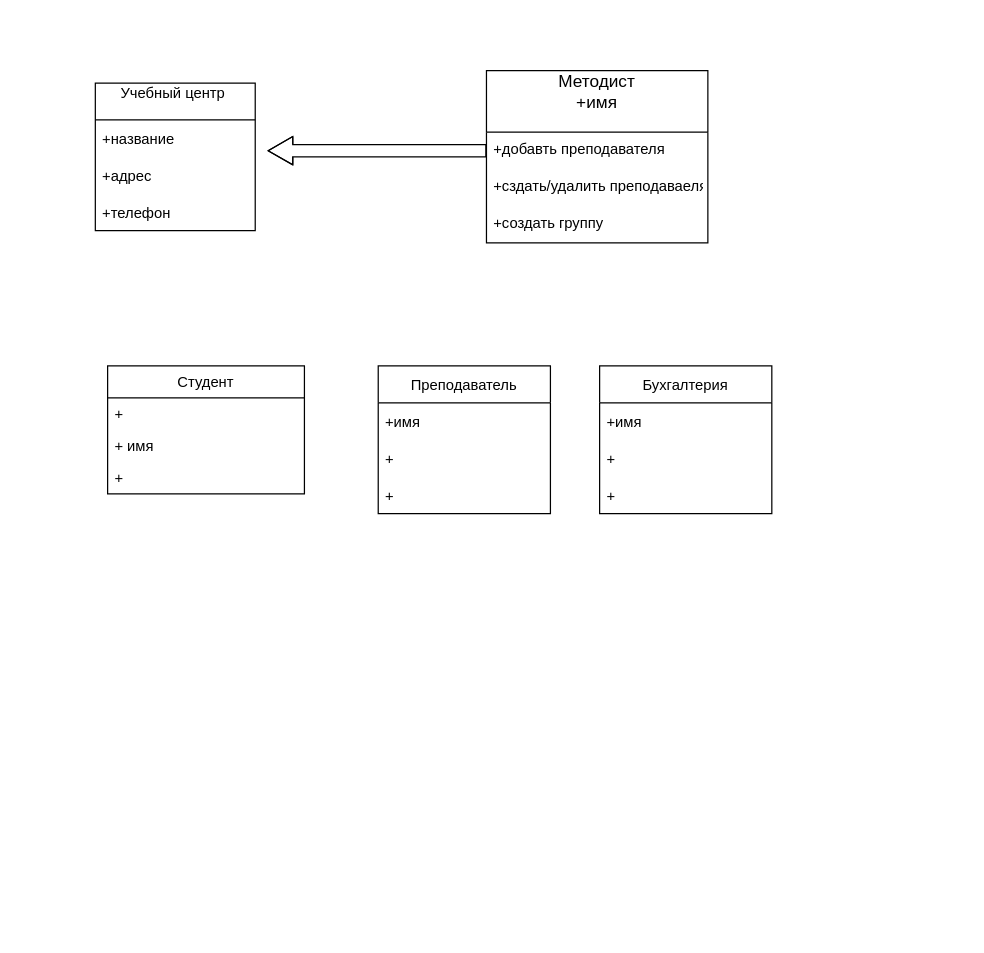
Above: Untitled Diagram.drawio in Anetta1313/Anetta1313 (draw.io), before the change. Source tidied: cells renumbered, new cells numbered last; positions are measured from the earlier drawing's top-left corner, leaving out a move shared by most shapes. Both pictures are drawn from the tidied source at 123%, with x=0, y=0 at pixel (95, 70).
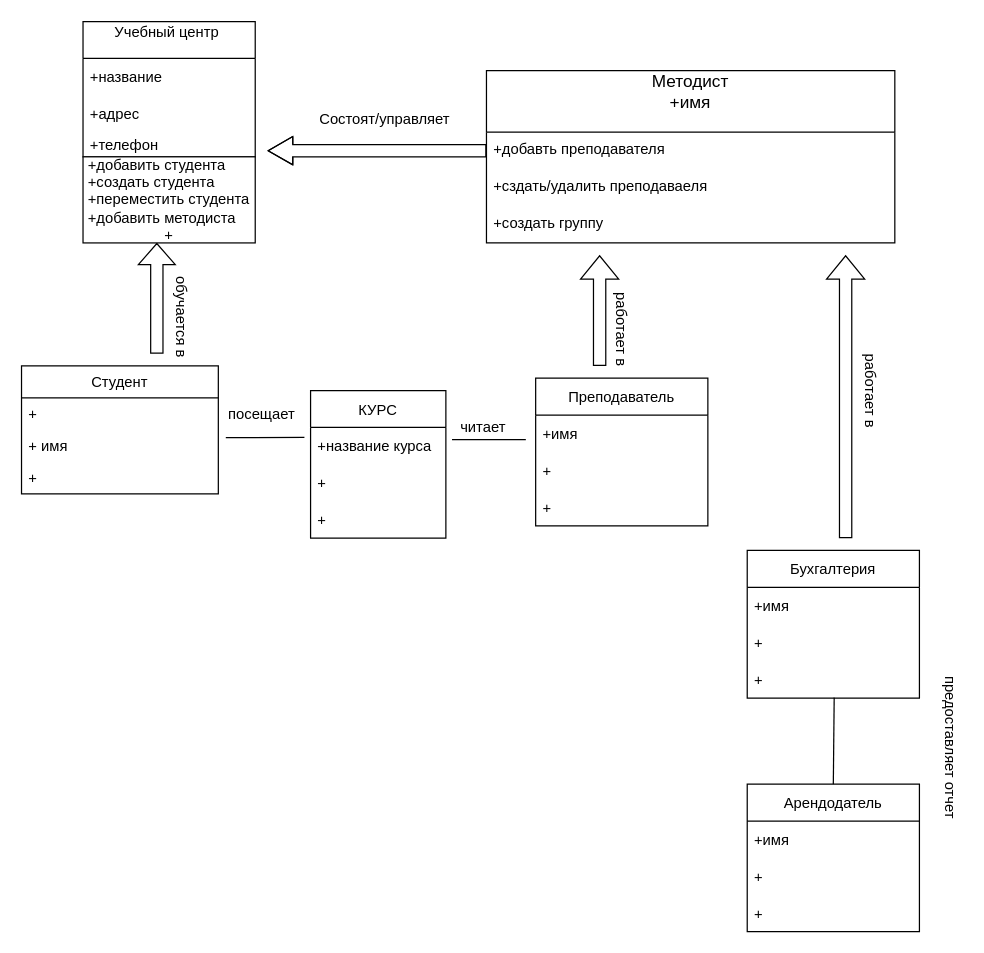
Above is the later version.

Unchanged cells that the change refers to:
```xml
<mxCell id="8" value="+ имя" style="text;strokeColor=none;fillColor=none;align=left;verticalAlign=top;spacingLeft=4;spacingRight=4;overflow=hidden;points=[[0,0.5],[1,0.5]];portConstraint=eastwest;" parent="6" vertex="1">
  <mxGeometry y="52" width="160" height="26" as="geometry" />
</mxCell>
<mxCell id="22" value="+" style="text;strokeColor=none;fillColor=none;align=left;verticalAlign=middle;spacingLeft=4;spacingRight=4;overflow=hidden;points=[[0,0.5],[1,0.5]];portConstraint=eastwest;" parent="19" vertex="1">
  <mxGeometry y="90" width="140" height="30" as="geometry" />
</mxCell>
```

Diff of the diagram source:
```diff
@@
     <mxCell id="2" value="Учебный центр &#10;" style="swimlane;fontStyle=0;horizontal=1;startSize=30;" parent="1" vertex="1">
-      <mxGeometry y="10" width="130" height="120" as="geometry" />
+      <mxGeometry x="-10" y="-40" width="140" height="110" as="geometry" />
     </mxCell>
     <mxCell id="3" value="+название" style="text;strokeColor=none;fillColor=none;align=left;verticalAlign=middle;spacingLeft=4;spacingRight=4;overflow=hidden;" parent="2" vertex="1">
-      <mxGeometry y="30" width="130" height="30" as="geometry" />
+      <mxGeometry y="30" width="140" height="30" as="geometry" />
     </mxCell>
     <mxCell id="4" value="+адрес" style="text;strokeColor=none;fillColor=none;align=left;verticalAlign=middle;spacingLeft=4;spacingRight=4;overflow=hidden;" parent="2" vertex="1">
-      <mxGeometry y="60" width="130" height="30" as="geometry" />
+      <mxGeometry y="60" width="140" height="30" as="geometry" />
     </mxCell>
     <mxCell id="5" value="+телефон" style="text;strokeColor=none;fillColor=none;align=left;verticalAlign=middle;spacingLeft=4;spacingRight=4;overflow=hidden;" parent="2" vertex="1">
-      <mxGeometry y="90" width="130" height="30" as="geometry" />
+      <mxGeometry y="90" width="140" height="20" as="geometry" />
     </mxCell>
     <mxCell id="6" value="Студент" style="swimlane;fontStyle=0;horizontal=1;startSize=26;fillColor=none;" parent="1" vertex="1">
-      <mxGeometry x="10" y="240" width="160" height="104" as="geometry" />
+      <mxGeometry x="-60" y="240" width="160" height="104" as="geometry" />
     </mxCell>
@@
-    <mxCell id="10" value="Методист&#10;+имя&#10;" style="swimlane;fontStyle=0;horizontal=1;startSize=50;align=center;fontSize=14;" parent="1" vertex="1">
-      <mxGeometry x="318" width="180" height="140" as="geometry" />
+    <mxCell id="10" value="Методист &#10;+имя&#10;" style="swimlane;fontStyle=0;horizontal=1;startSize=50;align=center;fontSize=14;" parent="1" vertex="1">
+      <mxGeometry x="318" width="332" height="140" as="geometry" />
     </mxCell>
     <mxCell id="11" value="+добавть преподавателя" style="text;strokeColor=none;fillColor=none;spacingLeft=4;spacingRight=4;overflow=hidden;points=[[0,0.5],[1,0.5]];portConstraint=eastwest;fontSize=12;" parent="10" vertex="1">
-      <mxGeometry y="50" width="180" height="30" as="geometry" />
+      <mxGeometry y="50" width="332" height="30" as="geometry" />
     </mxCell>
     <mxCell id="12" value="+сздать/удалить преподаваеля" style="text;strokeColor=none;fillColor=none;spacingLeft=4;spacingRight=4;overflow=hidden;fontSize=12;" parent="10" vertex="1">
-      <mxGeometry y="80" width="180" height="30" as="geometry" />
+      <mxGeometry y="80" width="332" height="30" as="geometry" />
     </mxCell>
     <mxCell id="13" value="+создать группу " style="text;strokeColor=none;fillColor=none;spacingLeft=4;spacingRight=4;overflow=hidden;fontSize=12;" parent="10" vertex="1">
-      <mxGeometry y="110" width="180" height="30" as="geometry" />
+      <mxGeometry y="110" width="332" height="30" as="geometry" />
     </mxCell>
@@
     <mxCell id="15" value="Преподаватель" style="swimlane;fontStyle=0;horizontal=1;startSize=30;" parent="1" vertex="1">
-      <mxGeometry x="230" y="240" width="140" height="120" as="geometry" />
+      <mxGeometry x="358" y="250" width="140" height="120" as="geometry" />
     </mxCell>
@@
     <mxCell id="19" value="Бухгалтерия" style="swimlane;fontStyle=0;horizontal=1;startSize=30;" parent="1" vertex="1">
-      <mxGeometry x="410" y="240" width="140" height="120" as="geometry" />
+      <mxGeometry x="530" y="390" width="140" height="120" as="geometry" />
     </mxCell>
@@
+    <mxCell id="23" style="shape=flexArrow;endArrow=classic;html=1;rounded=0;endWidth=19;endSize=5.39;" parent="1" edge="1">
+      <mxGeometry relative="1" as="geometry">
+        <mxPoint x="50" y="230" as="sourcePoint" />
+        <mxPoint x="50" y="140" as="targetPoint" />
+      </mxGeometry>
+    </mxCell>
+    <mxCell id="24" style="shape=flexArrow;endArrow=classic;html=1;rounded=0;" parent="1" edge="1">
+      <mxGeometry relative="1" as="geometry">
+        <mxPoint x="610" y="380" as="sourcePoint" />
+        <mxPoint x="610" y="150" as="targetPoint" />
+      </mxGeometry>
+    </mxCell>
+    <mxCell id="25" style="shape=flexArrow;endArrow=classic;html=1;rounded=0;" parent="1" edge="1">
+      <mxGeometry relative="1" as="geometry">
+        <mxPoint x="410" y="240" as="sourcePoint" />
+        <mxPoint x="410" y="150" as="targetPoint" />
+      </mxGeometry>
+    </mxCell>
+    <mxCell id="26" value="КУРС" style="swimlane;fontStyle=0;horizontal=1;startSize=30;" parent="1" vertex="1">
+      <mxGeometry x="175" y="260" width="110" height="120" as="geometry" />
+    </mxCell>
+    <mxCell id="27" value="+название курса" style="text;strokeColor=none;fillColor=none;align=left;verticalAlign=middle;spacingLeft=4;spacingRight=4;overflow=hidden;" parent="26" vertex="1">
+      <mxGeometry y="30" width="110" height="30" as="geometry" />
+    </mxCell>
+    <mxCell id="28" value="+" style="text;strokeColor=none;fillColor=none;align=left;verticalAlign=middle;spacingLeft=4;spacingRight=4;overflow=hidden;" parent="26" vertex="1">
+      <mxGeometry y="60" width="110" height="30" as="geometry" />
+    </mxCell>
+    <mxCell id="29" value="+" style="text;strokeColor=none;fillColor=none;align=left;verticalAlign=middle;spacingLeft=4;spacingRight=4;overflow=hidden;" parent="26" vertex="1">
+      <mxGeometry y="90" width="110" height="30" as="geometry" />
+    </mxCell>
+    <mxCell id="30" style="endArrow=none;html=1;rounded=0;" parent="1" edge="1">
+      <mxGeometry relative="1" as="geometry">
+        <mxPoint x="290" y="300" as="sourcePoint" />
+        <mxPoint x="350" y="300" as="targetPoint" />
+      </mxGeometry>
+    </mxCell>
+    <mxCell id="31" style="endArrow=none;html=1;rounded=0;exitX=1.038;exitY=0.244;exitDx=0;exitDy=0;exitPerimeter=0;" parent="1" edge="1" source="8">
+      <mxGeometry relative="1" as="geometry">
+        <mxPoint x="170" y="298" as="targetPoint" />
+      </mxGeometry>
+    </mxCell>
+    <mxCell id="32" value="читает" style="text;html=1;align=center;verticalAlign=middle;strokeColor=none;fillColor=none;" parent="1" vertex="1">
+      <mxGeometry x="290" y="280" width="50" height="20" as="geometry" />
+    </mxCell>
+    <mxCell id="33" value="посещает" style="text;html=1;align=center;verticalAlign=middle;strokeColor=none;fillColor=none;" parent="1" vertex="1">
+      <mxGeometry x="100" y="270" width="70" height="20" as="geometry" />
+    </mxCell>
+    <mxCell id="34" value="Состоят/управляет" style="text;html=1;align=center;verticalAlign=middle;strokeColor=none;fillColor=none;" parent="1" vertex="1">
+      <mxGeometry x="175" y="30" width="120" height="20" as="geometry" />
+    </mxCell>
+    <mxCell id="35" value="работает в" style="text;html=1;align=center;verticalAlign=middle;strokeColor=none;fillColor=none;rotation=90;" parent="1" vertex="1">
+      <mxGeometry x="388" y="200" width="80" height="20" as="geometry" />
+    </mxCell>
+    <mxCell id="36" value="работает в" style="text;html=1;align=center;verticalAlign=middle;strokeColor=none;fillColor=none;rotation=90;" parent="1" vertex="1">
+      <mxGeometry x="590" y="250" width="80" height="20" as="geometry" />
+    </mxCell>
+    <mxCell id="37" value="обучается в" style="text;html=1;align=center;verticalAlign=middle;strokeColor=none;fillColor=none;rotation=90;" parent="1" vertex="1">
+      <mxGeometry x="30" y="190" width="80" height="20" as="geometry" />
+    </mxCell>
+    <mxCell id="38" value="Арендодатель" style="swimlane;fontStyle=0;horizontal=1;startSize=30;" parent="1" vertex="1">
+      <mxGeometry x="530" y="580" width="140" height="120" as="geometry" />
+    </mxCell>
+    <mxCell id="39" value="+имя" style="text;strokeColor=none;fillColor=none;align=left;verticalAlign=middle;spacingLeft=4;spacingRight=4;overflow=hidden;" parent="38" vertex="1">
+      <mxGeometry y="30" width="140" height="30" as="geometry" />
+    </mxCell>
+    <mxCell id="40" value="+" style="text;strokeColor=none;fillColor=none;align=left;verticalAlign=middle;spacingLeft=4;spacingRight=4;overflow=hidden;" parent="38" vertex="1">
+      <mxGeometry y="60" width="140" height="30" as="geometry" />
+    </mxCell>
+    <mxCell id="41" value="+" style="text;strokeColor=none;fillColor=none;align=left;verticalAlign=middle;spacingLeft=4;spacingRight=4;overflow=hidden;" parent="38" vertex="1">
+      <mxGeometry y="90" width="140" height="30" as="geometry" />
+    </mxCell>
+    <mxCell id="42" style="endArrow=none;html=1;rounded=0;exitX=0.505;exitY=0.989;exitDx=0;exitDy=0;exitPerimeter=0;entryX=0.5;entryY=0;entryDx=0;entryDy=0;" parent="1" edge="1" source="22" target="38">
+      <mxGeometry relative="1" as="geometry" />
+    </mxCell>
+    <mxCell id="43" value="предоставляет отчет" style="text;html=1;align=center;verticalAlign=middle;strokeColor=none;fillColor=none;rotation=90;" parent="1" vertex="1">
+      <mxGeometry x="630" y="540" width="130" height="20" as="geometry" />
+    </mxCell>
+    <mxCell id="44" value="&lt;div style=&quot;text-align: left&quot;&gt;&lt;span&gt;+добавить студента&lt;/span&gt;&lt;/div&gt;&lt;div style=&quot;text-align: left&quot;&gt;&lt;span&gt;+создать студента&lt;/span&gt;&lt;/div&gt;&lt;div style=&quot;text-align: left&quot;&gt;&lt;span&gt;+переместить студента&lt;/span&gt;&lt;/div&gt;&lt;div style=&quot;text-align: left&quot;&gt;&lt;span&gt;+добавить методиста&lt;/span&gt;&lt;/div&gt;+" style="rounded=0;whiteSpace=wrap;html=1;" parent="1" vertex="1">
+      <mxGeometry x="-10" y="70" width="140" height="70" as="geometry" />
+    </mxCell>
```
